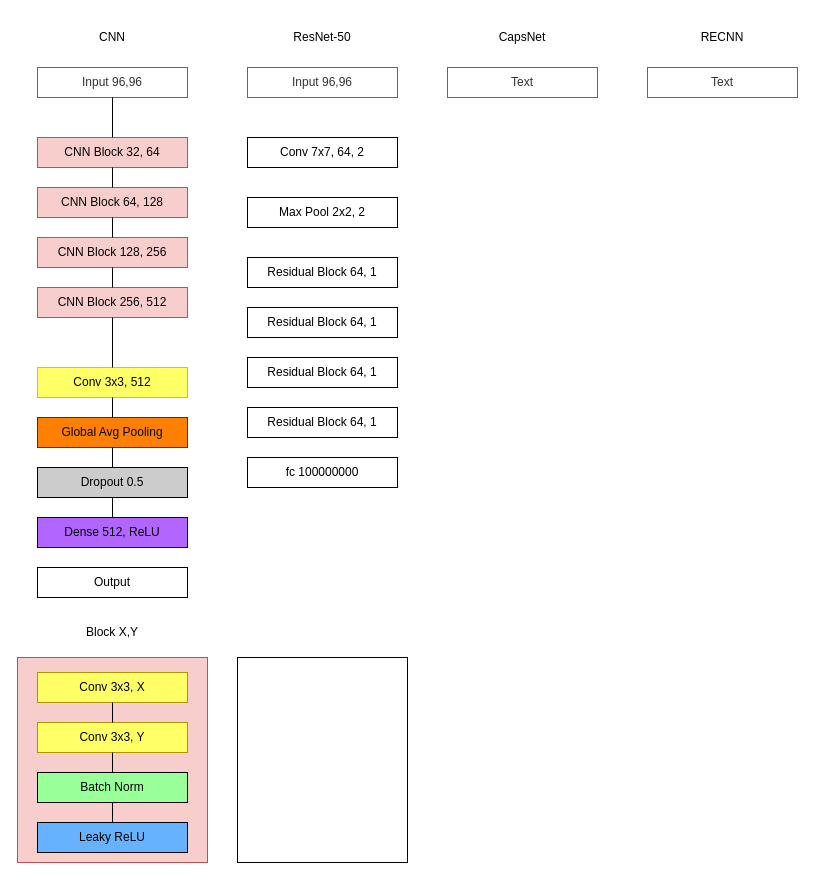
This is Project/Untitled Diagram.drawio from stephandooper/ismi, a draw.io file, before an edit. Source tidied: cells renumbered, new cells numbered last; positions are measured from the earlier drawing's top-left corner, leaving out a move shared by most shapes. Both pictures are drawn from the tidied source at 100%, with x=0, y=0 at pixel (17, 17).
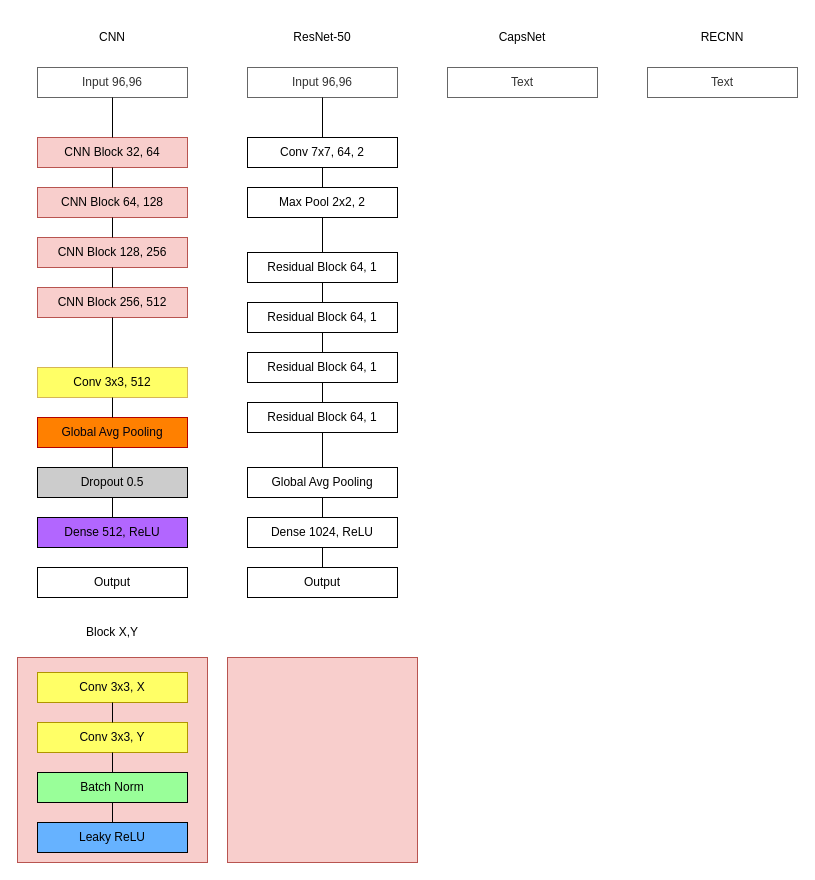
The same page after the edit.

Unchanged cells that the change refers to:
```xml
<mxCell id="4" value="Input 96,96" style="text;html=1;strokeColor=#666666;fillColor=#FFFFFF;align=center;verticalAlign=middle;whiteSpace=wrap;rounded=0;fontColor=#333333;" parent="1" vertex="1">
  <mxGeometry x="230" y="50" width="150" height="30" as="geometry" />
</mxCell>
<mxCell id="36" value="&lt;div&gt;Conv 7x7, 64, 2&lt;/div&gt;" style="rounded=0;whiteSpace=wrap;html=1;fillColor=#FFFFFF;gradientColor=none;" parent="1" vertex="1">
  <mxGeometry x="230" y="120" width="150" height="30" as="geometry" />
</mxCell>
```

The edit, as a diff of the source:
```diff
@@
     <mxCell id="37" value="Max Pool 2x2, 2" style="rounded=0;whiteSpace=wrap;html=1;fillColor=#FFFFFF;gradientColor=none;" parent="1" vertex="1">
-      <mxGeometry x="230" y="180" width="150" height="30" as="geometry" />
+      <mxGeometry x="230" y="170" width="150" height="30" as="geometry" />
     </mxCell>
     <mxCell id="38" value="Residual Block 64, 1" style="rounded=0;whiteSpace=wrap;html=1;fillColor=#FFFFFF;gradientColor=none;" parent="1" vertex="1">
-      <mxGeometry x="230" y="240" width="150" height="30" as="geometry" />
+      <mxGeometry x="230" y="235" width="150" height="30" as="geometry" />
     </mxCell>
     <mxCell id="39" value="Residual Block 64, 1" style="rounded=0;whiteSpace=wrap;html=1;fillColor=#FFFFFF;gradientColor=none;" parent="1" vertex="1">
-      <mxGeometry x="230" y="290" width="150" height="30" as="geometry" />
+      <mxGeometry x="230" y="285" width="150" height="30" as="geometry" />
     </mxCell>
     <mxCell id="40" value="Residual Block 64, 1" style="rounded=0;whiteSpace=wrap;html=1;fillColor=#FFFFFF;gradientColor=none;" parent="1" vertex="1">
-      <mxGeometry x="230" y="340" width="150" height="30" as="geometry" />
+      <mxGeometry x="230" y="335" width="150" height="30" as="geometry" />
     </mxCell>
     <mxCell id="41" value="Residual Block 64, 1" style="rounded=0;whiteSpace=wrap;html=1;fillColor=#FFFFFF;gradientColor=none;" parent="1" vertex="1">
-      <mxGeometry x="230" y="390" width="150" height="30" as="geometry" />
+      <mxGeometry x="230" y="385" width="150" height="30" as="geometry" />
     </mxCell>
-    <mxCell id="42" value="fc 100000000" style="rounded=0;whiteSpace=wrap;html=1;fillColor=#FFFFFF;gradientColor=none;" parent="1" vertex="1">
-      <mxGeometry x="230" y="440" width="150" height="30" as="geometry" />
+    <mxCell id="42" value="Dense 1024, ReLU" style="rounded=0;whiteSpace=wrap;html=1;fillColor=#FFFFFF;gradientColor=none;" parent="1" vertex="1">
+      <mxGeometry x="230" y="500" width="150" height="30" as="geometry" />
     </mxCell>
-    <mxCell id="43" style="rounded=0;whiteSpace=wrap;html=1;fillColor=#FFFFFF;gradientColor=none;" parent="1" vertex="1">
-      <mxGeometry x="220" y="640" width="170" height="205" as="geometry" />
-    </mxCell>
+    <mxCell id="44" value="Global Avg Pooling" style="rounded=0;whiteSpace=wrap;html=1;fillColor=#FFFFFF;gradientColor=none;" parent="1" vertex="1">
+      <mxGeometry x="230" y="450" width="150" height="30" as="geometry" />
+    </mxCell>
+    <mxCell id="45" value="Output" style="rounded=0;whiteSpace=wrap;html=1;fillColor=#FFFFFF;" parent="1" vertex="1">
+      <mxGeometry x="230" y="550" width="150" height="30" as="geometry" />
+    </mxCell>
+    <mxCell id="46" style="rounded=0;whiteSpace=wrap;html=1;fillColor=#f8cecc;strokeColor=#b85450;" parent="1" vertex="1">
+      <mxGeometry x="210" y="640" width="190" height="205" as="geometry" />
+    </mxCell>
+    <mxCell id="47" style="endArrow=none;html=1;exitX=0.5;exitY=0;exitDx=0;exitDy=0;entryX=0.5;entryY=1;entryDx=0;entryDy=0;" parent="1" edge="1" source="36" target="4">
+      <mxGeometry relative="1" as="geometry" />
+    </mxCell>
+    <mxCell id="48" style="endArrow=none;html=1;exitX=0.5;exitY=0;exitDx=0;exitDy=0;entryX=0.5;entryY=1;entryDx=0;entryDy=0;" parent="1" edge="1" source="37" target="36">
+      <mxGeometry relative="1" as="geometry" />
+    </mxCell>
+    <mxCell id="49" style="endArrow=none;html=1;entryX=0.5;entryY=1;entryDx=0;entryDy=0;exitX=0.5;exitY=0;exitDx=0;exitDy=0;" parent="1" edge="1" source="38" target="37">
+      <mxGeometry relative="1" as="geometry" />
+    </mxCell>
+    <mxCell id="50" style="endArrow=none;html=1;entryX=0.5;entryY=0;entryDx=0;entryDy=0;exitX=0.5;exitY=1;exitDx=0;exitDy=0;" parent="1" edge="1" source="38" target="39">
+      <mxGeometry relative="1" as="geometry" />
+    </mxCell>
+    <mxCell id="51" style="endArrow=none;html=1;entryX=0.5;entryY=1;entryDx=0;entryDy=0;exitX=0.5;exitY=0;exitDx=0;exitDy=0;" parent="1" edge="1" source="40" target="39">
+      <mxGeometry relative="1" as="geometry" />
+    </mxCell>
+    <mxCell id="52" style="endArrow=none;html=1;entryX=0.5;entryY=0;entryDx=0;entryDy=0;exitX=0.5;exitY=1;exitDx=0;exitDy=0;" parent="1" edge="1" source="40" target="41">
+      <mxGeometry relative="1" as="geometry" />
+    </mxCell>
+    <mxCell id="53" style="endArrow=none;html=1;exitX=0.5;exitY=1;exitDx=0;exitDy=0;" parent="1" edge="1" source="41" target="44">
+      <mxGeometry relative="1" as="geometry" />
+    </mxCell>
+    <mxCell id="54" style="endArrow=none;html=1;entryX=0.5;entryY=1;entryDx=0;entryDy=0;exitX=0.5;exitY=0;exitDx=0;exitDy=0;" parent="1" edge="1" source="42" target="44">
+      <mxGeometry relative="1" as="geometry" />
+    </mxCell>
+    <mxCell id="55" style="endArrow=none;html=1;entryX=0.5;entryY=0;entryDx=0;entryDy=0;exitX=0.5;exitY=1;exitDx=0;exitDy=0;" parent="1" edge="1" source="42" target="45">
+      <mxGeometry relative="1" as="geometry" />
+    </mxCell>
```
